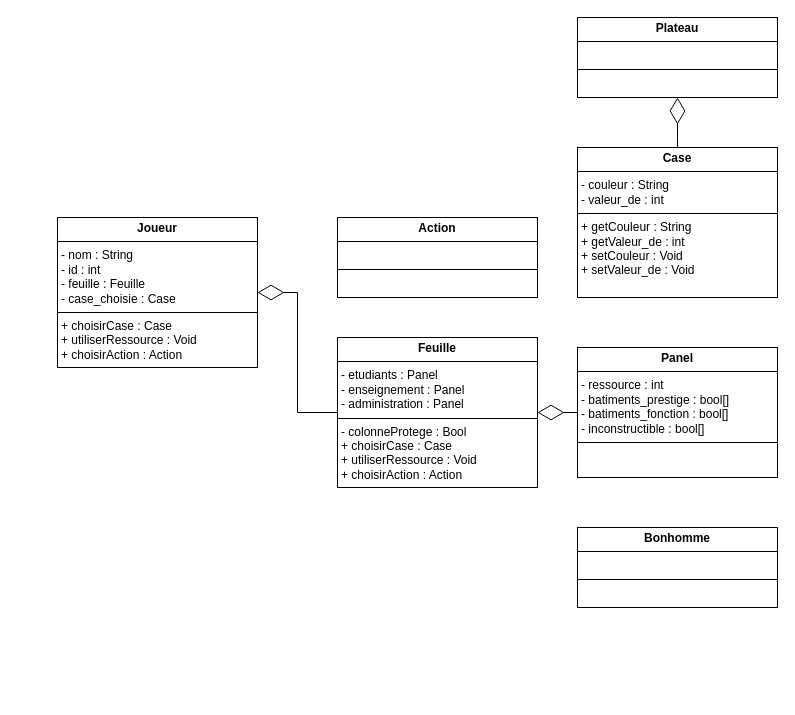
Earlier version of the draw.io diagram diagrammeClassTroyes-Dice.drawio (AntoineMilochevitch/Troyes-Dice). Source tidied: cells renumbered, new cells numbered last; positions are measured from the earlier drawing's top-left corner, leaving out a move shared by most shapes. Both pictures are drawn from the tidied source at 100%, with x=0, y=0 at pixel (57, 17).
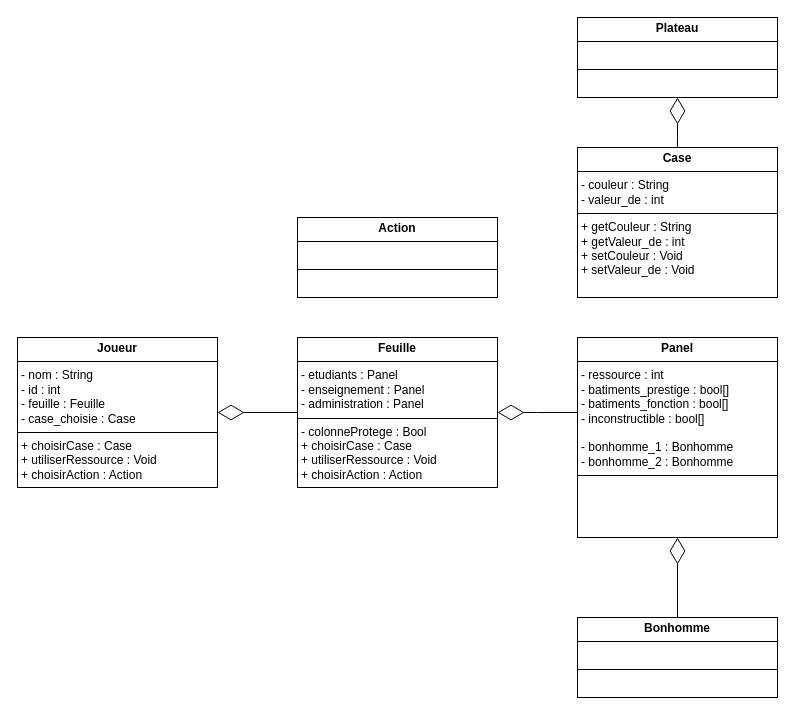
After the change.

Commit message:
Mettre à jour diagrammeClassTroyes-Dice.drawio

What changed in the source:
```diff
@@
 <mxGraphModel>
   <root>
     <mxCell id="0" />
     <mxCell id="1" parent="0" />
     <mxCell id="2" value="&lt;p style=&quot;margin:0px;margin-top:4px;text-align:center;&quot;&gt;&lt;b&gt;Joueur&lt;/b&gt;&lt;/p&gt;&lt;hr size=&quot;1&quot; style=&quot;border-style:solid;&quot;&gt;&lt;p style=&quot;margin:0px;margin-left:4px;&quot;&gt;- nom : String&lt;/p&gt;&lt;p style=&quot;margin:0px;margin-left:4px;&quot;&gt;- id : int&lt;/p&gt;&lt;p style=&quot;margin:0px;margin-left:4px;&quot;&gt;- feuille : Feuille&lt;/p&gt;&lt;p style=&quot;margin:0px;margin-left:4px;&quot;&gt;- case_choisie : Case&lt;/p&gt;&lt;hr size=&quot;1&quot; style=&quot;border-style:solid;&quot;&gt;&lt;p style=&quot;margin:0px;margin-left:4px;&quot;&gt;+ choisirCase : Case&lt;/p&gt;&lt;p style=&quot;margin:0px;margin-left:4px;&quot;&gt;+ utiliserRessource : Void&lt;/p&gt;&lt;p style=&quot;margin:0px;margin-left:4px;&quot;&gt;+ choisirAction : Action&lt;/p&gt;" style="verticalAlign=top;align=left;overflow=fill;html=1;whiteSpace=wrap;" parent="1" vertex="1">
-      <mxGeometry y="200" width="200" height="150" as="geometry" />
+      <mxGeometry x="-40" y="320" width="200" height="150" as="geometry" />
     </mxCell>
     <mxCell id="3" value="&lt;p style=&quot;margin:0px;margin-top:4px;text-align:center;&quot;&gt;&lt;b&gt;Action&lt;/b&gt;&lt;/p&gt;&lt;hr size=&quot;1&quot; style=&quot;border-style:solid;&quot;&gt;&lt;p style=&quot;margin:0px;margin-left:4px;&quot;&gt;&lt;br&gt;&lt;/p&gt;&lt;hr size=&quot;1&quot; style=&quot;border-style:solid;&quot;&gt;&lt;p style=&quot;margin:0px;margin-left:4px;&quot;&gt;&lt;br&gt;&lt;/p&gt;" style="verticalAlign=top;align=left;overflow=fill;html=1;whiteSpace=wrap;" parent="1" vertex="1">
-      <mxGeometry x="280" y="200" width="200" height="80" as="geometry" />
+      <mxGeometry x="240" y="200" width="200" height="80" as="geometry" />
     </mxCell>
     <mxCell id="4" value="&lt;p style=&quot;margin:0px;margin-top:4px;text-align:center;&quot;&gt;&lt;b&gt;Feuille&lt;/b&gt;&lt;/p&gt;&lt;hr size=&quot;1&quot; style=&quot;border-style:solid;&quot;&gt;&lt;p style=&quot;margin: 0px 0px 0px 4px;&quot;&gt;- etudiants : Panel&lt;/p&gt;&lt;p style=&quot;margin: 0px 0px 0px 4px;&quot;&gt;- enseignement : Panel&lt;/p&gt;&lt;p style=&quot;margin: 0px 0px 0px 4px;&quot;&gt;- administration : Panel&lt;/p&gt;&lt;hr size=&quot;1&quot; style=&quot;border-style:solid;&quot;&gt;&lt;p style=&quot;margin:0px;margin-left:4px;&quot;&gt;- colonneProtege : Bool&lt;/p&gt;&lt;p style=&quot;margin:0px;margin-left:4px;&quot;&gt;+ choisirCase : Case&lt;/p&gt;&lt;p style=&quot;margin:0px;margin-left:4px;&quot;&gt;+ utiliserRessource : Void&lt;/p&gt;&lt;p style=&quot;margin:0px;margin-left:4px;&quot;&gt;+ choisirAction : Action&lt;/p&gt;" style="verticalAlign=top;align=left;overflow=fill;html=1;whiteSpace=wrap;" parent="1" vertex="1">
-      <mxGeometry x="280" y="320" width="200" height="150" as="geometry" />
+      <mxGeometry x="240" y="320" width="200" height="150" as="geometry" />
     </mxCell>
     <mxCell id="5" style="endArrow=diamondThin;endFill=0;endSize=24;html=1;rounded=0;exitX=0;exitY=0.5;exitDx=0;exitDy=0;entryX=1;entryY=0.5;entryDx=0;entryDy=0;" parent="1" edge="1" source="4" target="2">
       <mxGeometry relative="1" as="geometry">
         <Array as="points">
           <mxPoint x="240" y="395" />
-          <mxPoint x="240" y="275" />
         </Array>
       </mxGeometry>
     </mxCell>
     <mxCell id="6" value="&lt;p style=&quot;margin:0px;margin-top:4px;text-align:center;&quot;&gt;&lt;b&gt;Case&lt;/b&gt;&lt;/p&gt;&lt;hr size=&quot;1&quot; style=&quot;border-style:solid;&quot;&gt;&lt;p style=&quot;margin:0px;margin-left:4px;&quot;&gt;- couleur : String&lt;/p&gt;&lt;p style=&quot;margin:0px;margin-left:4px;&quot;&gt;- valeur_de : int&lt;/p&gt;&lt;hr size=&quot;1&quot; style=&quot;border-style:solid;&quot;&gt;&lt;p style=&quot;margin:0px;margin-left:4px;&quot;&gt;+ getCouleur : String&lt;/p&gt;&lt;p style=&quot;margin:0px;margin-left:4px;&quot;&gt;+ getValeur_de : int&lt;/p&gt;&lt;p style=&quot;margin:0px;margin-left:4px;&quot;&gt;+ setCouleur : Void&lt;/p&gt;&lt;p style=&quot;margin:0px;margin-left:4px;&quot;&gt;+ setValeur_de : Void&lt;/p&gt;" style="verticalAlign=top;align=left;overflow=fill;html=1;whiteSpace=wrap;" parent="1" vertex="1">
       <mxGeometry x="520" y="130" width="200" height="150" as="geometry" />
     </mxCell>
     <mxCell id="7" value="&lt;p style=&quot;margin:0px;margin-top:4px;text-align:center;&quot;&gt;&lt;b&gt;Plateau&lt;/b&gt;&lt;/p&gt;&lt;hr size=&quot;1&quot; style=&quot;border-style:solid;&quot;&gt;&lt;p style=&quot;margin:0px;margin-left:4px;&quot;&gt;&lt;br&gt;&lt;/p&gt;&lt;hr size=&quot;1&quot; style=&quot;border-style:solid;&quot;&gt;&lt;p style=&quot;margin:0px;margin-left:4px;&quot;&gt;&lt;br&gt;&lt;/p&gt;" style="verticalAlign=top;align=left;overflow=fill;html=1;whiteSpace=wrap;" parent="1" vertex="1">
       <mxGeometry x="520" width="200" height="80" as="geometry" />
     </mxCell>
     <mxCell id="8" style="endArrow=diamondThin;endFill=0;endSize=24;html=1;rounded=0;exitX=0.5;exitY=0;exitDx=0;exitDy=0;entryX=0.5;entryY=1;entryDx=0;entryDy=0;" parent="1" edge="1" source="6" target="7">
       <mxGeometry relative="1" as="geometry">
         <Array as="points">
           <mxPoint x="620" y="120" />
         </Array>
       </mxGeometry>
     </mxCell>
-    <mxCell id="9" value="&lt;p style=&quot;margin:0px;margin-top:4px;text-align:center;&quot;&gt;&lt;b&gt;Panel&lt;/b&gt;&lt;/p&gt;&lt;hr size=&quot;1&quot; style=&quot;border-style:solid;&quot;&gt;&lt;p style=&quot;margin: 0px 0px 0px 4px;&quot;&gt;- ressource : int&lt;/p&gt;&lt;p style=&quot;margin: 0px 0px 0px 4px;&quot;&gt;- batiments_prestige : bool[]&lt;/p&gt;&lt;p style=&quot;margin: 0px 0px 0px 4px;&quot;&gt;- batiments_fonction : bool[]&lt;/p&gt;&lt;p style=&quot;margin: 0px 0px 0px 4px;&quot;&gt;- inconstructible : bool[]&lt;/p&gt;&lt;hr size=&quot;1&quot; style=&quot;border-style:solid;&quot;&gt;&lt;p style=&quot;margin:0px;margin-left:4px;&quot;&gt;&lt;br&gt;&lt;/p&gt;" style="verticalAlign=top;align=left;overflow=fill;html=1;whiteSpace=wrap;" parent="1" vertex="1">
-      <mxGeometry x="520" y="330" width="200" height="130" as="geometry" />
+    <mxCell id="9" value="&lt;p style=&quot;margin:0px;margin-top:4px;text-align:center;&quot;&gt;&lt;b&gt;Panel&lt;/b&gt;&lt;/p&gt;&lt;hr size=&quot;1&quot; style=&quot;border-style:solid;&quot;&gt;&lt;p style=&quot;margin: 0px 0px 0px 4px;&quot;&gt;- ressource : int&lt;/p&gt;&lt;p style=&quot;margin: 0px 0px 0px 4px;&quot;&gt;- batiments_prestige : bool[]&lt;/p&gt;&lt;p style=&quot;margin: 0px 0px 0px 4px;&quot;&gt;- batiments_fonction : bool[]&lt;/p&gt;&lt;p style=&quot;margin: 0px 0px 0px 4px;&quot;&gt;- inconstructible : bool[]&lt;/p&gt;&lt;p style=&quot;margin: 0px 0px 0px 4px;&quot;&gt;&lt;br&gt;&lt;/p&gt;&lt;p style=&quot;margin: 0px 0px 0px 4px;&quot;&gt;- bonhomme_1 : Bonhomme&lt;/p&gt;&lt;p style=&quot;margin: 0px 0px 0px 4px;&quot;&gt;- bonhomme_2 : Bonhomme&lt;/p&gt;&lt;hr size=&quot;1&quot; style=&quot;border-style:solid;&quot;&gt;&lt;p style=&quot;margin:0px;margin-left:4px;&quot;&gt;&lt;br&gt;&lt;/p&gt;" style="verticalAlign=top;align=left;overflow=fill;html=1;whiteSpace=wrap;" parent="1" vertex="1">
+      <mxGeometry x="520" y="320" width="200" height="200" as="geometry" />
     </mxCell>
-    <mxCell id="10" style="endArrow=diamondThin;endFill=0;endSize=24;html=1;rounded=0;entryX=1;entryY=0.5;entryDx=0;entryDy=0;exitX=0;exitY=0.5;exitDx=0;exitDy=0;" parent="1" edge="1" source="9" target="4">
-      <mxGeometry relative="1" as="geometry" />
+    <mxCell id="10" style="endArrow=diamondThin;endFill=0;endSize=24;html=1;rounded=0;entryX=1;entryY=0.5;entryDx=0;entryDy=0;" parent="1" edge="1" target="4">
+      <mxGeometry relative="1" as="geometry">
+        <mxPoint x="520" y="395" as="sourcePoint" />
+        <Array as="points">
+          <mxPoint x="480" y="395" />
+        </Array>
+      </mxGeometry>
     </mxCell>
     <mxCell id="11" value="&lt;p style=&quot;margin:0px;margin-top:4px;text-align:center;&quot;&gt;&lt;b&gt;Bonhomme&lt;/b&gt;&lt;/p&gt;&lt;hr size=&quot;1&quot; style=&quot;border-style:solid;&quot;&gt;&lt;p style=&quot;margin:0px;margin-left:4px;&quot;&gt;&lt;br&gt;&lt;/p&gt;&lt;hr size=&quot;1&quot; style=&quot;border-style:solid;&quot;&gt;&lt;p style=&quot;margin:0px;margin-left:4px;&quot;&gt;&lt;br&gt;&lt;/p&gt;" style="verticalAlign=top;align=left;overflow=fill;html=1;whiteSpace=wrap;" parent="1" vertex="1">
-      <mxGeometry x="520" y="510" width="200" height="80" as="geometry" />
+      <mxGeometry x="520" y="600" width="200" height="80" as="geometry" />
     </mxCell>
+    <mxCell id="12" style="endArrow=diamondThin;endFill=0;endSize=24;html=1;rounded=0;entryX=0.5;entryY=1;entryDx=0;entryDy=0;exitX=0.5;exitY=0;exitDx=0;exitDy=0;" parent="1" edge="1" source="11" target="9">
+      <mxGeometry relative="1" as="geometry" />
+    </mxCell>
   </root>
 </mxGraphModel>
```
